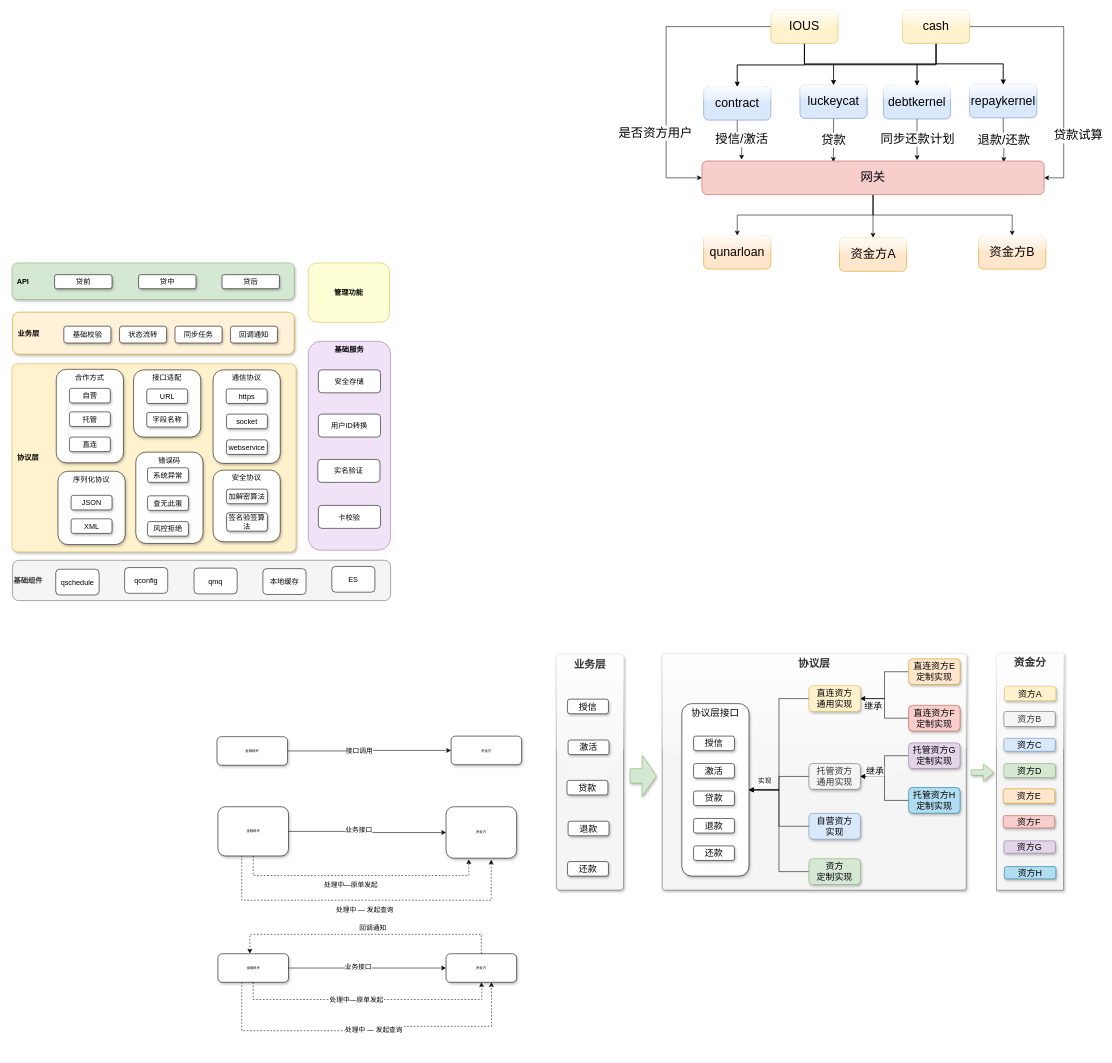
Above: 金融网关.drawio in dahuzilaoyaoguai/pict (draw.io), before the change. Source tidied: cells renumbered, new cells numbered last; positions are measured from the earlier drawing's top-left corner, leaving out a move shared by most shapes. Both pictures are drawn from the tidied source at 56%, with x=0, y=0 at pixel (12, 10).
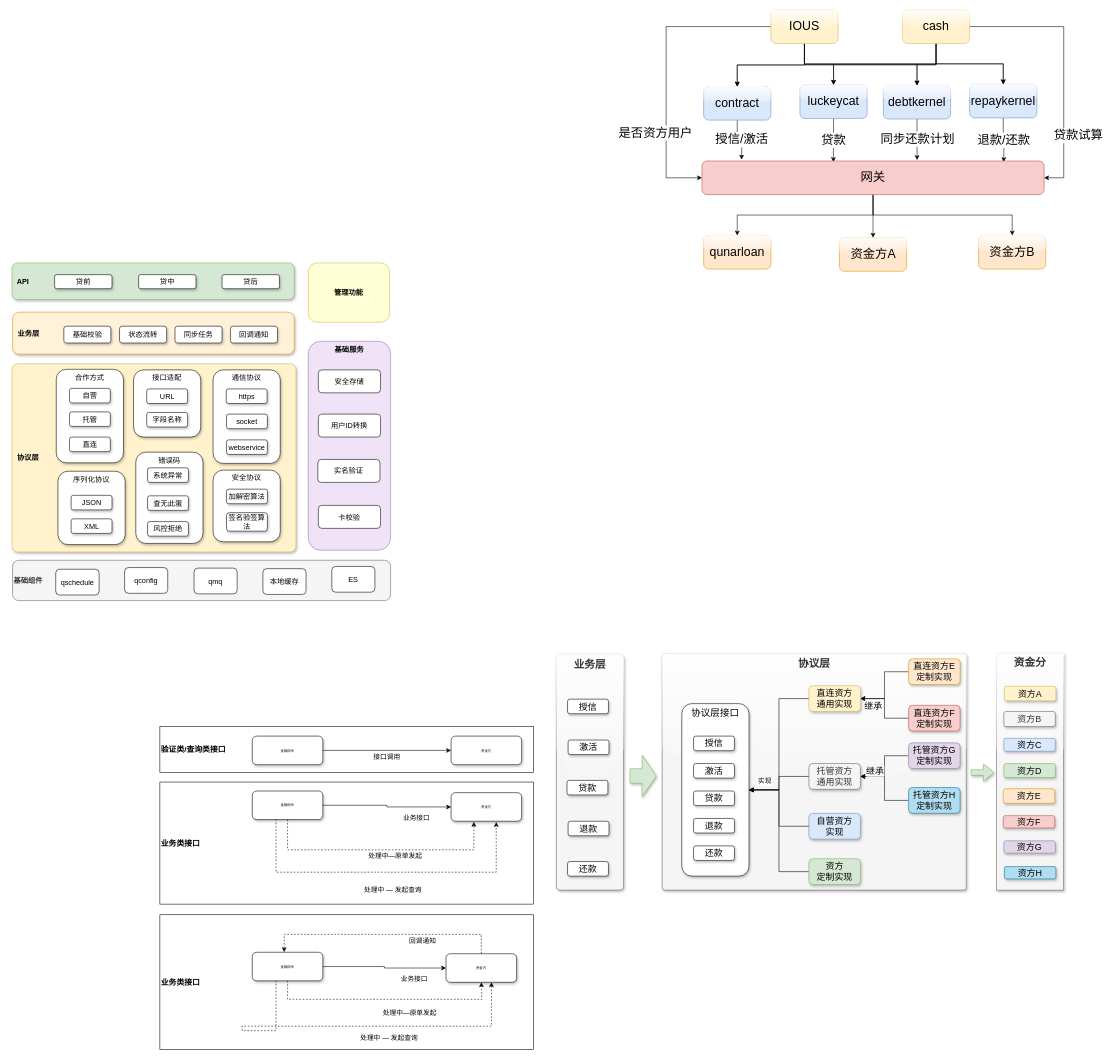
The same diagram, later.

Commit message (it also covers changes not shown here):
更新金融网关.drawio

The change refers to these unchanged cells:
```xml
<mxCell id="51" value="资金方" style="rounded=1;whiteSpace=wrap;html=1;fontSize=6;shadow=1;" parent="1" vertex="1">
  <mxGeometry x="775" y="1685.6" width="126" height="51" as="geometry" />
</mxCell>
<mxCell id="54" style="edgeStyle=orthogonalEdgeStyle;rounded=0;jettySize=auto;html=1;shadow=0;" parent="1" edge="1" source="50" target="51">
  <mxGeometry relative="1" as="geometry" />
</mxCell>
<mxCell id="60" style="edgeStyle=orthogonalEdgeStyle;rounded=0;jettySize=auto;html=1;shadow=0;" parent="1" edge="1" source="58" target="59">
  <mxGeometry relative="1" as="geometry" />
</mxCell>
<mxCell id="66" style="edgeStyle=orthogonalEdgeStyle;rounded=0;jettySize=auto;html=1;shadow=0;" parent="1" edge="1" source="64" target="65">
  <mxGeometry relative="1" as="geometry" />
</mxCell>
```

Diff of the diagram source:
```diff
@@
+    <mxCell id="150" value="业务类接口" style="rounded=0;whiteSpace=wrap;html=1;align=left;fontStyle=1;fontSize=14;" parent="1" vertex="1">
+      <mxGeometry x="264" y="1616" width="667" height="241" as="geometry" />
+    </mxCell>
+    <mxCell id="151" value="业务类接口" style="rounded=0;whiteSpace=wrap;html=1;align=left;fontStyle=1;fontSize=14;" parent="1" vertex="1">
+      <mxGeometry x="264" y="1379" width="667" height="218" as="geometry" />
+    </mxCell>
+    <mxCell id="152" value="验证类/查询类接口" style="rounded=0;whiteSpace=wrap;html=1;align=left;fontStyle=1;fontSize=14;" parent="1" vertex="1">
+      <mxGeometry x="264" y="1280" width="667" height="82" as="geometry" />
+    </mxCell>
@@
     <mxCell id="48" style="edgeStyle=orthogonalEdgeStyle;rounded=0;jettySize=auto;html=1;exitX=0.337;exitY=0.988;exitDx=0;exitDy=0;dashed=1;exitPerimeter=0;shadow=0;" parent="1" edge="1" source="50">
       <mxGeometry relative="1" as="geometry">
         <mxPoint x="856.1" y="1736.5" as="targetPoint" />
         <Array as="points">
-          <mxPoint x="410.9" y="1823" />
-          <mxPoint x="685.3" y="1823" />
-          <mxPoint x="685.3" y="1815.3" />
-          <mxPoint x="856.1" y="1815.3" />
-          <mxPoint x="856.1" y="1736.5" />
+          <mxPoint x="472" y="1823" />
+          <mxPoint x="411" y="1823" />
+          <mxPoint x="411" y="1815" />
+          <mxPoint x="856" y="1815" />
         </Array>
       </mxGeometry>
     </mxCell>
     <mxCell id="49" value="处理中 — 发起查询" style="text;html=1;align=center;verticalAlign=middle;labelBackgroundColor=#ffffff;shadow=0;" parent="48" vertex="1">
-      <mxGeometry x="0.12" y="2" relative="1" as="geometry">
+      <mxGeometry x="0.12" y="2" width="125.98" height="50.96" relative="1" as="geometry">
         <mxPoint x="-24.8" y="-1" as="offset" />
       </mxGeometry>
     </mxCell>
     <mxCell id="50" value="金融网关" style="rounded=1;whiteSpace=wrap;html=1;fontSize=6;shadow=1;" parent="1" vertex="1">
-      <mxGeometry x="367.7" y="1685.6" width="126" height="51" as="geometry" />
+      <mxGeometry x="429" y="1683" width="126" height="51" as="geometry" />
     </mxCell>
@@
     <mxCell id="52" style="edgeStyle=orthogonalEdgeStyle;rounded=0;jettySize=auto;html=1;exitX=0.5;exitY=0;exitDx=0;exitDy=0;dashed=1;entryX=0.452;entryY=-0.006;entryDx=0;entryDy=0;entryPerimeter=0;shadow=0;" parent="1" edge="1" source="51" target="50">
       <mxGeometry relative="1" as="geometry">
         <Array as="points">
           <mxPoint x="838" y="1651" />
-          <mxPoint x="425" y="1651" />
+          <mxPoint x="486" y="1651" />
         </Array>
       </mxGeometry>
     </mxCell>
     <mxCell id="53" value="回调通知" style="text;html=1;align=center;verticalAlign=middle;labelBackgroundColor=#ffffff;shadow=0;" parent="52" vertex="1">
-      <mxGeometry x="-0.16" y="1" relative="1" as="geometry">
+      <mxGeometry x="-0.16" y="1" width="125.98" height="50.96" relative="1" as="geometry">
         <mxPoint x="-26.4" y="-14" as="offset" />
       </mxGeometry>
     </mxCell>
@@
     <mxCell id="55" value="业务接口" style="text;html=1;align=center;verticalAlign=middle;labelBackgroundColor=#ffffff;shadow=0;" parent="54" vertex="1">
-      <mxGeometry x="-0.18" relative="1" as="geometry">
+      <mxGeometry x="-0.18" width="125.98" height="50.96" relative="1" as="geometry">
         <mxPoint x="9.1" y="-2.5" as="offset" />
       </mxGeometry>
     </mxCell>
     <mxCell id="56" style="edgeStyle=orthogonalEdgeStyle;rounded=0;jettySize=auto;html=1;entryX=0.5;entryY=1;entryDx=0;entryDy=0;exitX=0.5;exitY=1;exitDx=0;exitDy=0;dashed=1;shadow=0;" parent="1" edge="1" source="50" target="51">
       <mxGeometry relative="1" as="geometry">
         <Array as="points">
-          <mxPoint x="429.9" y="1767.4" />
-          <mxPoint x="838.9" y="1767.4" />
-          <mxPoint x="838.9" y="1748.9" />
-          <mxPoint x="837.1" y="1748.9" />
+          <mxPoint x="492" y="1767" />
+          <mxPoint x="839" y="1767" />
         </Array>
       </mxGeometry>
     </mxCell>
     <mxCell id="57" value="处理中—原单发起" style="text;html=1;align=center;verticalAlign=middle;labelBackgroundColor=#ffffff;shadow=0;" parent="56" vertex="1">
-      <mxGeometry x="-0.15" y="1" relative="1" as="geometry">
+      <mxGeometry x="-0.15" y="1" width="125.98" height="50.96" relative="1" as="geometry">
         <mxPoint x="14.5" y="1" as="offset" />
       </mxGeometry>
     </mxCell>
     <mxCell id="58" value="金融网关" style="rounded=1;whiteSpace=wrap;html=1;fontSize=6;shadow=1;" parent="1" vertex="1">
-      <mxGeometry x="366" y="1298" width="126" height="51" as="geometry" />
+      <mxGeometry x="429" y="1297" width="126" height="51" as="geometry" />
     </mxCell>
@@
     <mxCell id="61" value="接口调用" style="text;html=1;align=center;verticalAlign=middle;labelBackgroundColor=#ffffff;shadow=0;" parent="60" vertex="1">
-      <mxGeometry x="-0.18" relative="1" as="geometry">
-        <mxPoint x="7.4" as="offset" />
+      <mxGeometry x="-0.18" width="125.98" height="50.96" relative="1" as="geometry">
+        <mxPoint x="-43" y="-13.5" as="offset" />
       </mxGeometry>
     </mxCell>
     <mxCell id="62" style="edgeStyle=orthogonalEdgeStyle;rounded=0;jettySize=auto;html=1;exitX=0.337;exitY=0.988;exitDx=0;exitDy=0;dashed=1;exitPerimeter=0;shadow=0;entryX=0.64;entryY=1.029;entryDx=0;entryDy=0;entryPerimeter=0;" parent="1" edge="1" source="64" target="65">
       <mxGeometry relative="1" as="geometry">
         <Array as="points">
-          <mxPoint x="410" y="1590" />
-          <mxPoint x="856" y="1590" />
+          <mxPoint x="472" y="1540" />
+          <mxPoint x="865" y="1540" />
         </Array>
       </mxGeometry>
     </mxCell>
     <mxCell id="63" value="处理中 — 发起查询" style="text;html=1;align=center;verticalAlign=middle;labelBackgroundColor=#ffffff;shadow=0;" parent="62" vertex="1">
-      <mxGeometry x="0.12" y="2" relative="1" as="geometry">
-        <mxPoint x="-35.9" y="18" as="offset" />
+      <mxGeometry x="0.12" y="2" width="125.98" height="50.96" relative="1" as="geometry">
+        <mxPoint x="-82.8" y="9" as="offset" />
       </mxGeometry>
     </mxCell>
     <mxCell id="64" value="金融网关" style="rounded=1;whiteSpace=wrap;html=1;fontSize=6;shadow=1;arcSize=15;" parent="1" vertex="1">
-      <mxGeometry x="367.7" y="1423.1" width="126" height="87.9" as="geometry" />
+      <mxGeometry x="429" y="1395" width="126" height="51" as="geometry" />
     </mxCell>
     <mxCell id="65" value="资金方" style="rounded=1;whiteSpace=wrap;html=1;fontSize=6;shadow=1;" parent="1" vertex="1">
-      <mxGeometry x="775" y="1423.1" width="126" height="91.9" as="geometry" />
+      <mxGeometry x="784" y="1398" width="126" height="51" as="geometry" />
     </mxCell>
@@
     <mxCell id="67" value="业务接口" style="text;html=1;align=center;verticalAlign=middle;labelBackgroundColor=#ffffff;shadow=0;" parent="66" vertex="1">
-      <mxGeometry x="-0.18" relative="1" as="geometry">
+      <mxGeometry x="-0.18" width="125.98" height="50.96" relative="1" as="geometry">
         <mxPoint x="9.1" y="-2.5" as="offset" />
       </mxGeometry>
     </mxCell>
     <mxCell id="68" style="edgeStyle=orthogonalEdgeStyle;rounded=0;jettySize=auto;html=1;exitX=0.5;exitY=1;exitDx=0;exitDy=0;dashed=1;shadow=0;entryX=0.323;entryY=1.022;entryDx=0;entryDy=0;entryPerimeter=0;" parent="1" edge="1" source="64" target="65">
       <mxGeometry relative="1" as="geometry">
         <Array as="points">
-          <mxPoint x="431" y="1546" />
-          <mxPoint x="816" y="1546" />
+          <mxPoint x="492" y="1500" />
+          <mxPoint x="825" y="1500" />
         </Array>
       </mxGeometry>
     </mxCell>
     <mxCell id="69" value="处理中—原单发起" style="text;html=1;align=center;verticalAlign=middle;labelBackgroundColor=#ffffff;shadow=0;" parent="68" vertex="1">
-      <mxGeometry x="-0.15" y="1" relative="1" as="geometry">
-        <mxPoint x="17.4" y="17" as="offset" />
+      <mxGeometry x="-0.15" y="1" width="125.98" height="50.96" relative="1" as="geometry">
+        <mxPoint x="-3" y="-13.5" as="offset" />
       </mxGeometry>
     </mxCell>
```
